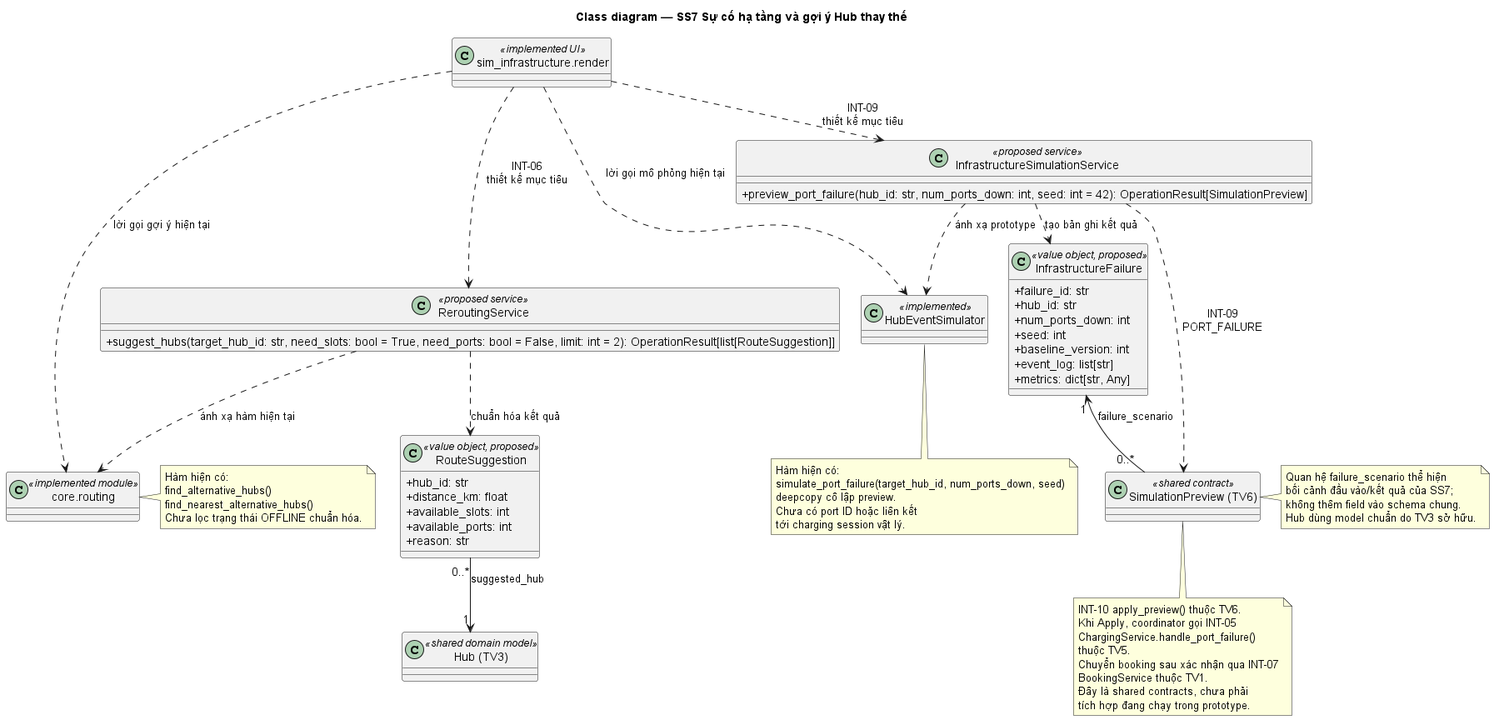
Earlier version of the PlantUML export docs/diagrams/submission_3/SS7/class_diagram.png (Dat-nguyen195/BTL_CNPM). Its diagram source:
```plantuml
@startuml
top to bottom direction
skinparam backgroundColor white
skinparam shadowing false
skinparam defaultFontName SansSerif
skinparam classAttributeIconSize 0
skinparam nodesep 25
skinparam ranksep 30
title Class diagram — SS7 Sự cố hạ tầng và gợi ý Hub thay thế

class InfrastructureFailure <<value object, proposed>> {
  +failure_id: str
  +hub_id: str
  +num_ports_down: int
  +seed: int
  +baseline_version: int
  +event_log: list[str]
  +metrics: dict[str, Any]
}

class InfrastructureSimulationService <<proposed service>> {
  +preview_port_failure(hub_id: str, num_ports_down: int, seed: int = 42): OperationResult[SimulationPreview]
}

class ReroutingService <<proposed service>> {
  +suggest_hubs(target_hub_id: str, need_slots: bool = True, need_ports: bool = False, limit: int = 2): OperationResult[list[RouteSuggestion]]
}

class RouteSuggestion <<value object, proposed>> {
  +hub_id: str
  +distance_km: float
  +available_slots: int
  +available_ports: int
  +reason: str
}

class HubEventSimulator <<implemented>> {
}

class "core.routing" as RoutingModule <<implemented module>>
class "sim_infrastructure.render" as SS7UI <<implemented UI>>
class "SimulationPreview (TV6)" as SimulationPreview <<shared contract>>
class "Hub (TV3)" as Hub <<shared domain model>>

InfrastructureSimulationService ..> InfrastructureFailure : tạo bản ghi kết quả
InfrastructureSimulationService ..> HubEventSimulator : ánh xạ prototype
InfrastructureSimulationService ..> SimulationPreview : INT-09\nPORT_FAILURE
ReroutingService ..> RoutingModule : ánh xạ hàm hiện tại
ReroutingService ..> RouteSuggestion : chuẩn hóa kết quả
InfrastructureFailure "1" <-- "0..*" SimulationPreview : failure_scenario
RouteSuggestion "0..*" --> "1" Hub : suggested_hub
InfrastructureSimulationService -[hidden]down-> ReroutingService

SS7UI ..> HubEventSimulator : lời gọi mô phỏng hiện tại
SS7UI ..> RoutingModule : lời gọi gợi ý hiện tại
SS7UI ..> InfrastructureSimulationService : INT-09\nthiết kế mục tiêu
SS7UI ..> ReroutingService : INT-06\nthiết kế mục tiêu

note right of RoutingModule
  Hàm hiện có:
  find_alternative_hubs()
  find_nearest_alternative_hubs()
  Chưa lọc trạng thái OFFLINE chuẩn hóa.
end note

note bottom of SimulationPreview
  INT-10 apply_preview() thuộc TV6.
  Khi Apply, coordinator gọi INT-05
  ChargingService.handle_port_failure()
  thuộc TV5.
  Chuyển booking sau xác nhận qua INT-07
  BookingService thuộc TV1.
  Đây là shared contracts, chưa phải
  tích hợp đang chạy trong prototype.
end note

note right of SimulationPreview
  Quan hệ failure_scenario thể hiện
  bối cảnh đầu vào/kết quả của SS7;
  không thêm field vào schema chung.
  Hub dùng model chuẩn do TV3 sở hữu.
end note

note bottom of HubEventSimulator
  Hàm hiện có:
  simulate_port_failure(target_hub_id, num_ports_down, seed)
  deepcopy cô lập preview.
  Chưa có port ID hoặc liên kết
  tới charging session vật lý.
end note
@enduml
```
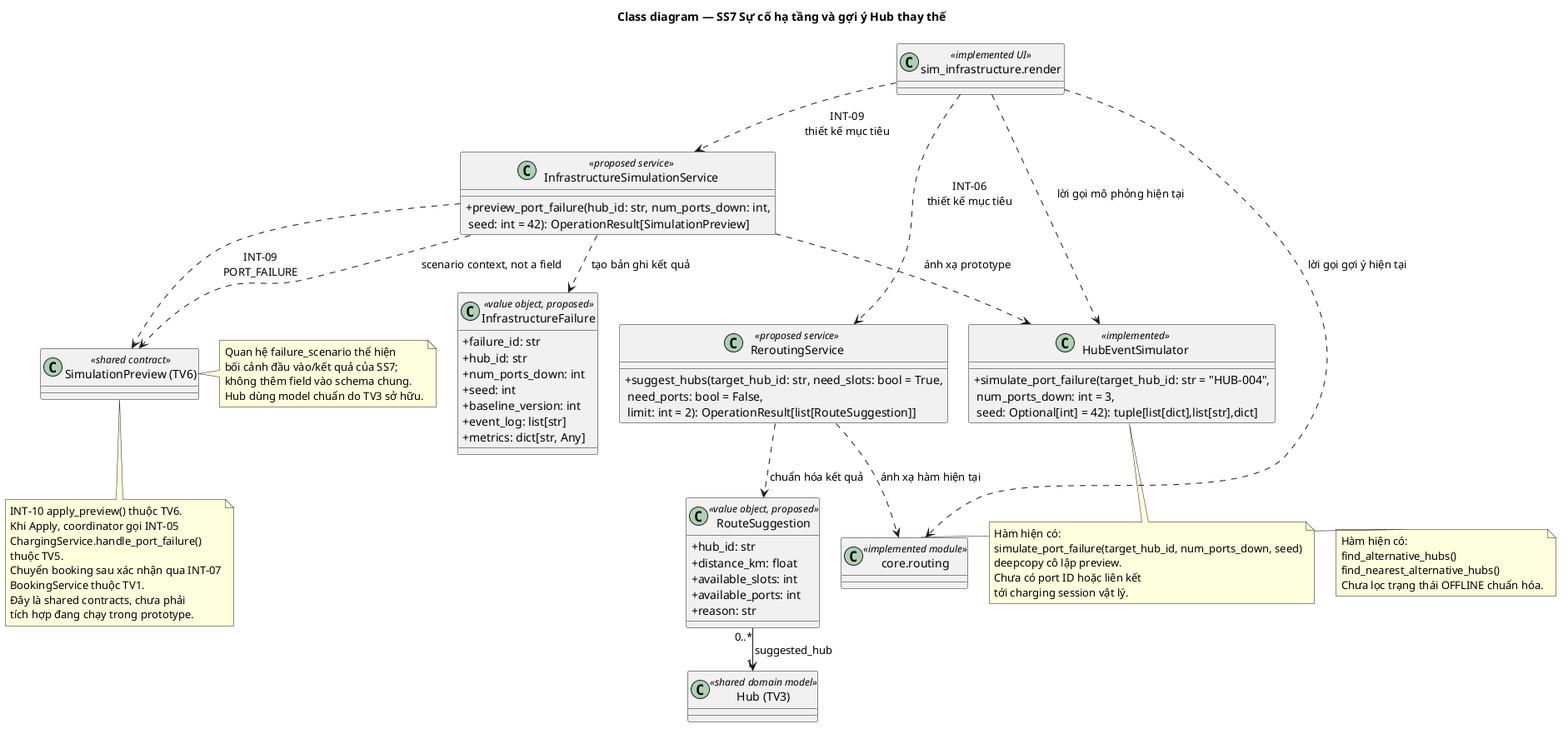
Above is the later version.

Change to the diagram source:
```diff
@@ -19,11 +19,11 @@
 }
 
 class InfrastructureSimulationService <<proposed service>> {
-  +preview_port_failure(hub_id: str, num_ports_down: int, seed: int = 42): OperationResult[SimulationPreview]
+  +preview_port_failure(hub_id: str, num_ports_down: int,\n seed: int = 42): OperationResult[SimulationPreview]
 }
 
 class ReroutingService <<proposed service>> {
-  +suggest_hubs(target_hub_id: str, need_slots: bool = True, need_ports: bool = False, limit: int = 2): OperationResult[list[RouteSuggestion]]
+  +suggest_hubs(target_hub_id: str, need_slots: bool = True,\n need_ports: bool = False,\n limit: int = 2): OperationResult[list[RouteSuggestion]]
 }
 
 class RouteSuggestion <<value object, proposed>> {
@@ -35,6 +35,7 @@
 }
 
 class HubEventSimulator <<implemented>> {
+  +simulate_port_failure(target_hub_id: str = "HUB-004",\n num_ports_down: int = 3,\n seed: Optional[int] = 42): tuple[list[dict],list[str],dict]
 }
 
 class "core.routing" as RoutingModule <<implemented module>>
@@ -47,7 +48,7 @@
 InfrastructureSimulationService ..> SimulationPreview : INT-09\nPORT_FAILURE
 ReroutingService ..> RoutingModule : ánh xạ hàm hiện tại
 ReroutingService ..> RouteSuggestion : chuẩn hóa kết quả
-InfrastructureFailure "1" <-- "0..*" SimulationPreview : failure_scenario
+InfrastructureSimulationService ..> SimulationPreview : scenario context, not a field
 RouteSuggestion "0..*" --> "1" Hub : suggested_hub
 InfrastructureSimulationService -[hidden]down-> ReroutingService
 
```
